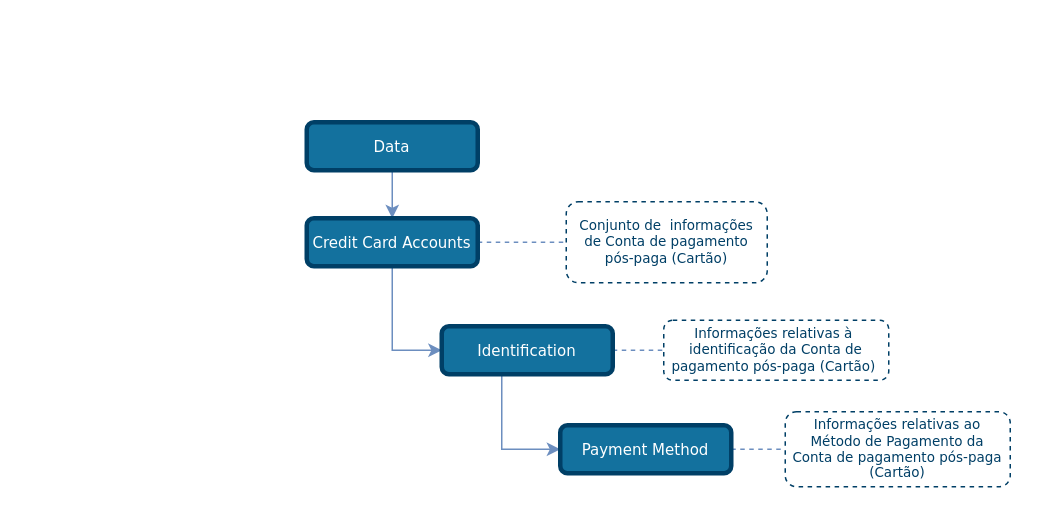
The draw.io diagram draw_io_diagrams/credit_cards/TLD_CreditCardAccount_Identification.drawio in OpenBanking-Brasil/areadesenvolvedor, before the edit. Source tidied: cells renumbered, new cells numbered last; positions are measured from the earlier drawing's top-left corner, leaving out a move shared by most shapes. Both pictures are drawn from the tidied source at 150%, with x=0, y=0 at pixel (306, 122).
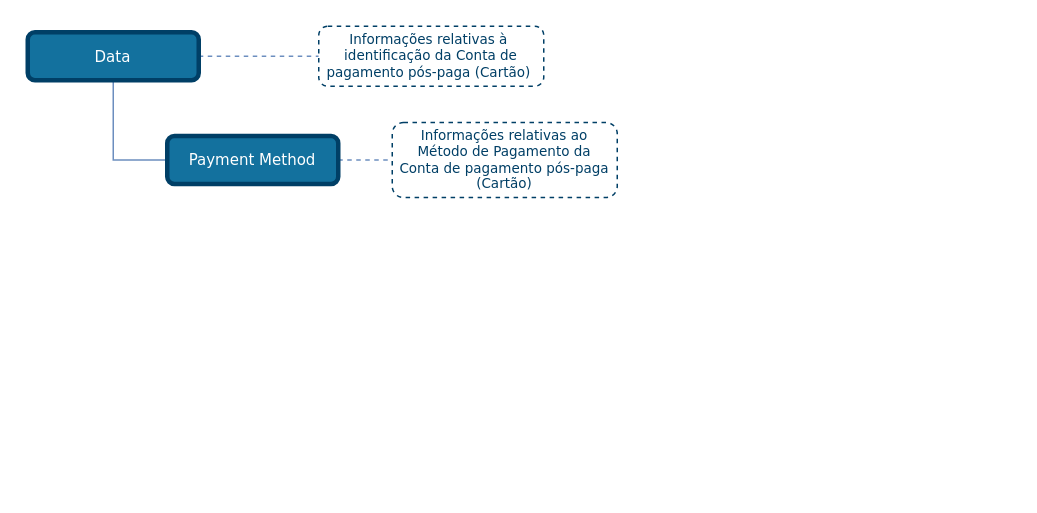
The same page after the edit.

Commit message (it also covers changes not shown here):
Credit Cards Account - Update TLDs

Diff of the diagram source:
```diff
@@
 <mxGraphModel>
   <root>
     <mxCell id="0" />
     <mxCell id="1" parent="0" />
-    <mxCell id="2" style="edgeStyle=none;rounded=1;jettySize=auto;html=1;entryX=0;entryY=0.5;entryDx=0;entryDy=0;dashed=1;endArrow=none;endFill=0;endSize=6;strokeColor=#6C8EBF;exitX=1;exitY=0.5;exitDx=0;exitDy=0;" parent="1" edge="1" source="12" target="7">
+    <mxCell id="2" style="edgeStyle=none;rounded=1;jettySize=auto;html=1;entryX=0;entryY=0.5;entryDx=0;entryDy=0;dashed=1;endArrow=none;endFill=0;endSize=6;strokeColor=#6C8EBF;exitX=1;exitY=0.5;exitDx=0;exitDy=0;" parent="1" edge="1" source="14" target="7">
       <mxGeometry relative="1" as="geometry" />
     </mxCell>
-    <mxCell id="3" style="edgeStyle=orthogonalEdgeStyle;rounded=0;jettySize=auto;html=1;exitX=0.5;exitY=1;exitDx=0;exitDy=0;entryX=0.5;entryY=0;entryDx=0;entryDy=0;endSize=6;fillColor=#dae8fc;strokeColor=#6c8ebf;comic=0;shadow=0;backgroundOutline=0;snapToPoint=0;fixDash=0;endArrow=classic;endFill=1;" parent="1" edge="1" source="14">
-      <mxGeometry relative="1" as="geometry">
-        <mxPoint x="57" y="64" as="targetPoint" />
-      </mxGeometry>
-    </mxCell>
-    <mxCell id="4" style="edgeStyle=orthogonalEdgeStyle;rounded=0;jettySize=auto;html=1;exitX=0.5;exitY=1;exitDx=0;exitDy=0;entryX=0;entryY=0.5;entryDx=0;entryDy=0;strokeColor=#6C8EBF;endArrow=classic;endFill=1;" parent="1" edge="1" source="13" target="12">
-      <mxGeometry relative="1" as="geometry" />
-    </mxCell>
-    <mxCell id="5" style="edgeStyle=none;rounded=1;jettySize=auto;html=1;exitX=1;exitY=0.5;exitDx=0;exitDy=0;entryX=0;entryY=0.5;entryDx=0;entryDy=0;dashed=1;endArrow=none;endFill=0;endSize=6;strokeColor=#6C8EBF;" parent="1" edge="1" source="13" target="6">
-      <mxGeometry relative="1" as="geometry" />
-    </mxCell>
-    <mxCell id="6" value="&lt;font style=&quot;font-size: 9px&quot;&gt;Conjunto de&amp;nbsp; informações de Conta de pagamento pós-paga (Cartão)&lt;/font&gt;" style="rounded=1;whiteSpace=wrap;html=1;shadow=0;comic=0;strokeColor=#003F66;strokeWidth=1;fillColor=#ffffff;fontFamily=Verdana;fontSize=9;fontColor=#003F66;dashed=1;spacingLeft=5;spacing=0;spacingRight=5;spacingBottom=5;spacingTop=5;align=center;verticalAlign=middle;gradientColor=#ffffff;" parent="1" vertex="1">
-      <mxGeometry x="173" y="53" width="134" height="54" as="geometry" />
-    </mxCell>
     <mxCell id="7" value="&lt;font style=&quot;font-size: 9px&quot;&gt;Informações relativas à&amp;nbsp; identificação da Conta de pagamento pós-paga (Cartão)&amp;nbsp;&lt;/font&gt;" style="rounded=1;whiteSpace=wrap;html=1;shadow=0;comic=0;strokeColor=#003F66;strokeWidth=1;fillColor=#ffffff;fontFamily=Verdana;fontSize=9;fontColor=#003F66;dashed=1;spacingLeft=5;spacing=0;spacingRight=5;spacingBottom=5;spacingTop=5;align=center;verticalAlign=middle;gradientColor=#ffffff;" parent="1" vertex="1">
-      <mxGeometry x="238" y="132" width="150" height="40" as="geometry" />
+      <mxGeometry x="8" y="-64" width="150" height="40" as="geometry" />
     </mxCell>
     <mxCell id="8" style="edgeStyle=none;rounded=1;jettySize=auto;html=1;entryX=0;entryY=0.5;entryDx=0;entryDy=0;dashed=1;endArrow=none;endFill=0;endSize=6;strokeColor=#6C8EBF;exitX=1;exitY=0.5;exitDx=0;exitDy=0;" parent="1" edge="1" source="11" target="9">
       <mxGeometry relative="1" as="geometry" />
     </mxCell>
     <mxCell id="9" value="&lt;font style=&quot;font-size: 9px&quot;&gt;Informações relativas ao Método de Pagamento da Conta de pagamento pós-paga (Cartão)&lt;/font&gt;" style="rounded=1;whiteSpace=wrap;html=1;shadow=0;comic=0;strokeColor=#003F66;strokeWidth=1;fillColor=#ffffff;fontFamily=Verdana;fontSize=9;fontColor=#003F66;dashed=1;spacingLeft=5;spacing=0;spacingRight=5;spacingBottom=5;spacingTop=5;align=center;verticalAlign=middle;gradientColor=#ffffff;" parent="1" vertex="1">
-      <mxGeometry x="319" y="193" width="150" height="50" as="geometry" />
+      <mxGeometry x="57" y="0.2" width="150" height="50" as="geometry" />
     </mxCell>
-    <mxCell id="10" style="edgeStyle=orthogonalEdgeStyle;rounded=0;jettySize=auto;html=1;exitX=0.351;exitY=1.026;exitDx=0;exitDy=0;entryX=0;entryY=0.5;entryDx=0;entryDy=0;strokeColor=#6C8EBF;endArrow=classic;endFill=1;exitPerimeter=0;" parent="1" edge="1" source="12" target="11">
+    <mxCell id="10" style="edgeStyle=orthogonalEdgeStyle;rounded=0;jettySize=auto;html=1;entryX=0;entryY=0.5;entryDx=0;entryDy=0;strokeColor=#6C8EBF;endArrow=classic;endFill=1;exitX=0.5;exitY=1;exitDx=0;exitDy=0;" parent="1" edge="1" source="14" target="11">
       <mxGeometry relative="1" as="geometry" />
     </mxCell>
     <mxCell id="11" value="Payment Method" style="rounded=1;whiteSpace=wrap;html=1;comic=0;shadow=0;backgroundOutline=0;snapToPoint=0;fixDash=0;strokeWidth=3;fontFamily=Verdana;fontStyle=0;labelBackgroundColor=none;labelBorderColor=none;fontSize=10;fillColor=#13719E;strokeColor=#003F66;fontColor=#ffffff;" parent="1" vertex="1">
-      <mxGeometry x="169" y="202" width="114" height="32" as="geometry" />
+      <mxGeometry x="-93" y="9.2" width="114" height="32" as="geometry" />
     </mxCell>
-    <mxCell id="12" value="Identification" style="rounded=1;whiteSpace=wrap;html=1;comic=0;shadow=0;backgroundOutline=0;snapToPoint=0;fixDash=0;strokeWidth=3;fontFamily=Verdana;fontStyle=0;labelBackgroundColor=none;labelBorderColor=none;fontSize=10;fillColor=#13719E;strokeColor=#003F66;fontColor=#ffffff;" parent="1" vertex="1">
-      <mxGeometry x="90" y="136" width="114" height="32" as="geometry" />
-    </mxCell>
-    <mxCell id="13" value="Credit Card Accounts" style="rounded=1;whiteSpace=wrap;html=1;comic=0;shadow=0;backgroundOutline=0;snapToPoint=0;fixDash=0;strokeWidth=3;fontFamily=Verdana;fontStyle=0;labelBackgroundColor=none;labelBorderColor=none;fontSize=10;fillColor=#13719E;strokeColor=#003F66;fontColor=#ffffff;" parent="1" vertex="1">
-      <mxGeometry y="64" width="114" height="32" as="geometry" />
-    </mxCell>
     <mxCell id="14" value="Data" style="rounded=1;whiteSpace=wrap;html=1;comic=0;shadow=0;backgroundOutline=0;snapToPoint=0;fixDash=0;strokeWidth=3;fontFamily=Verdana;fontStyle=0;labelBackgroundColor=none;labelBorderColor=none;fontSize=10;fillColor=#13719E;strokeColor=#003F66;fontColor=#ffffff;" parent="1" vertex="1">
-      <mxGeometry width="114" height="32" as="geometry" />
+      <mxGeometry x="-186" y="-60" width="114" height="32" as="geometry" />
     </mxCell>
   </root>
 </mxGraphModel>
```
